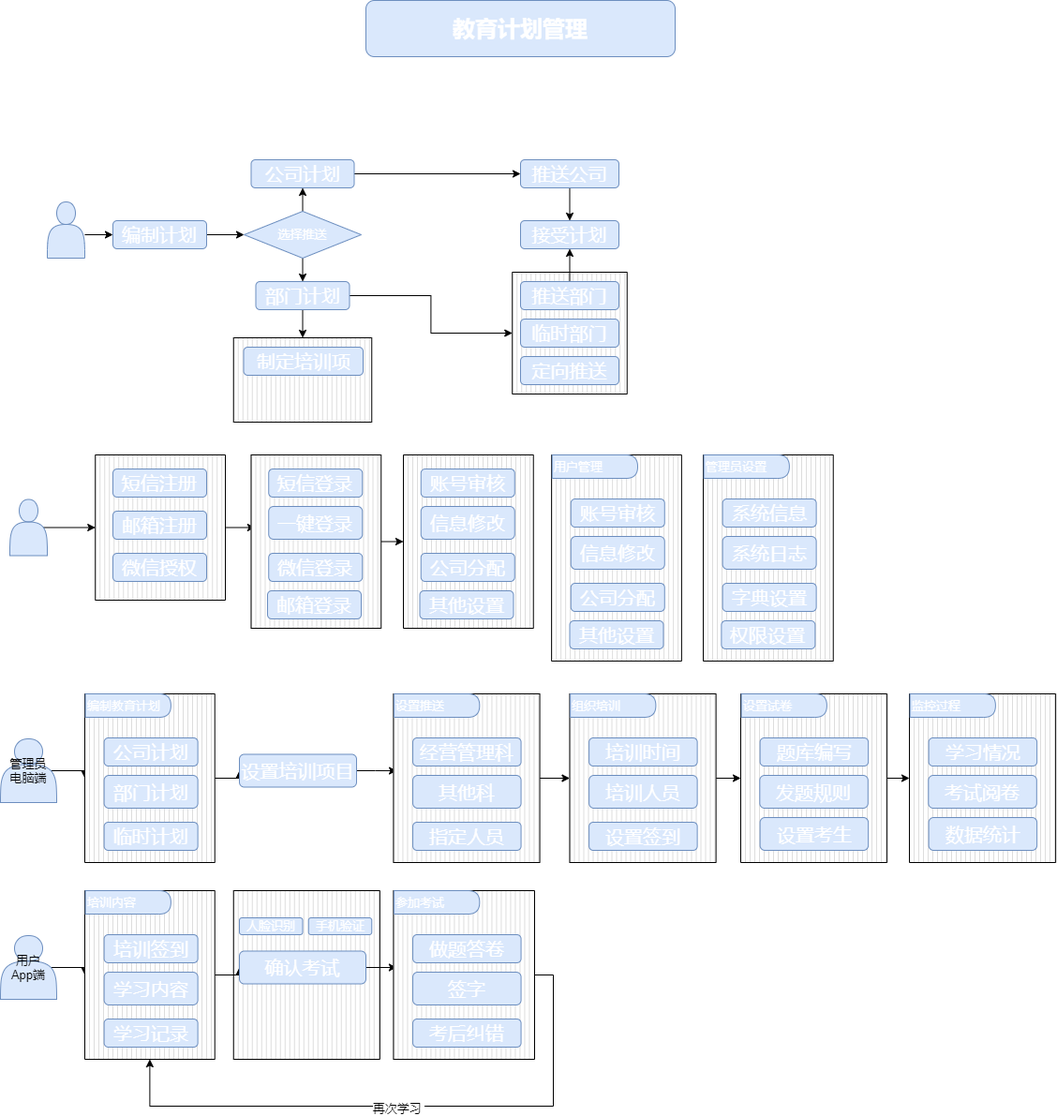
The draw.io diagram Untitled Diagram.drawio.png in lenonjone/Toolkits, before a commit. Source tidied: cells renumbered, new cells last; positions are measured from the earlier drawing's top-left corner, leaving out a move shared by most shapes.
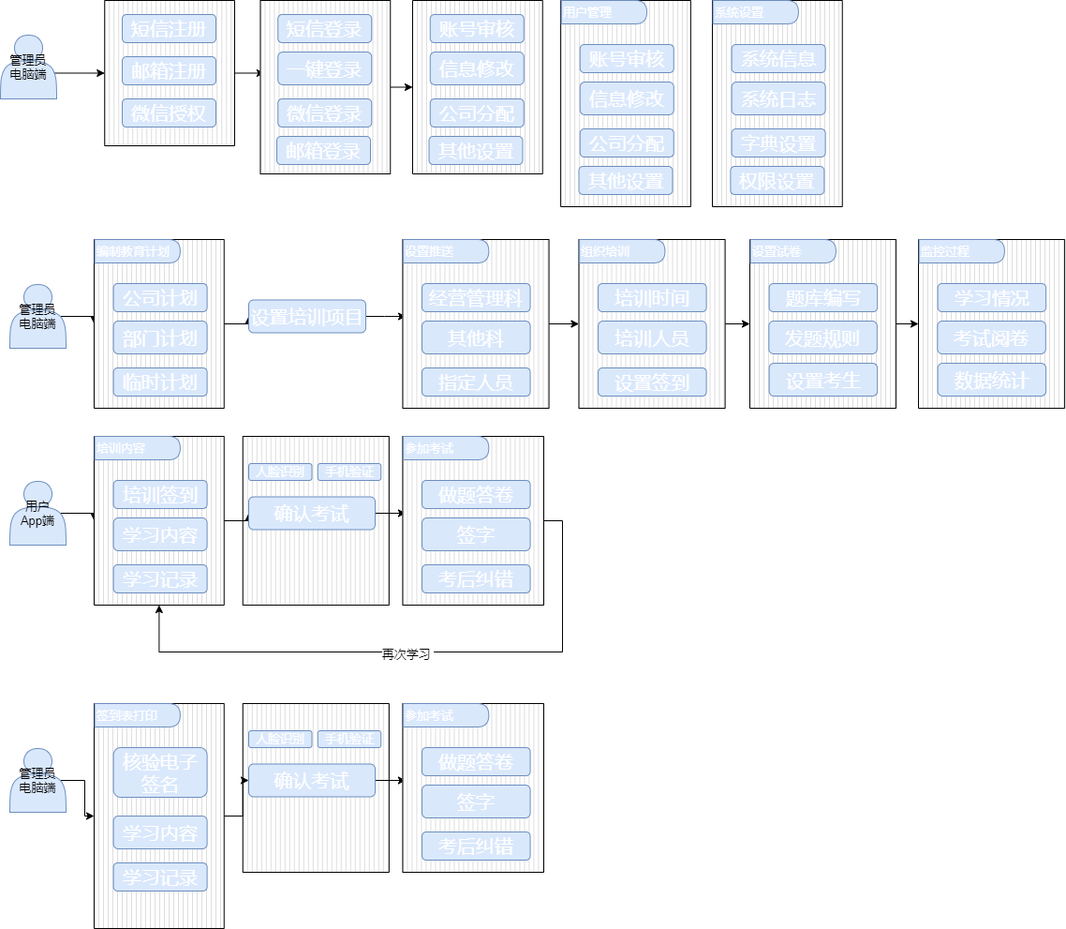
Above is the later version.

Diff of the diagram source:
```diff
@@ -11,83 +11,11 @@
     <mxCell id="4" style="verticalLabelPosition=bottom;verticalAlign=top;html=1;shape=mxgraph.basic.patternFillRect;fillStyle=vert;step=5;fillStrokeWidth=0.2;fillStrokeColor=#dddddd;fontSize=13;fontColor=#FFFFFF;" parent="1" vertex="1">
       <mxGeometry x="101.2" y="485" width="138.8" height="155" as="geometry" />
     </mxCell>
-    <mxCell id="5" style="verticalLabelPosition=bottom;verticalAlign=top;html=1;shape=mxgraph.basic.patternFillRect;fillStyle=vert;step=5;fillStrokeWidth=0.2;fillStrokeColor=#dddddd;fontSize=13;fontColor=#FFFFFF;" parent="1" vertex="1">
-      <mxGeometry x="248.8" y="360" width="147.5" height="90" as="geometry" />
-    </mxCell>
-    <mxCell id="6" style="verticalLabelPosition=bottom;verticalAlign=top;html=1;shape=mxgraph.basic.patternFillRect;fillStyle=vert;step=5;fillStrokeWidth=0.2;fillStrokeColor=#dddddd;fontSize=13;fontColor=#FFFFFF;" parent="1" vertex="1">
-      <mxGeometry x="546.2" y="290" width="122.5" height="130" as="geometry" />
-    </mxCell>
-    <mxCell id="7" value="教育计划管理" style="rounded=1;whiteSpace=wrap;html=1;fillColor=#dae8fc;strokeColor=#6c8ebf;fontColor=#FFFFFF;fontStyle=1;fontSize=24;" parent="1" vertex="1">
-      <mxGeometry x="390" width="330" height="60" as="geometry" />
-    </mxCell>
-    <mxCell id="8" style="edgeStyle=orthogonalEdgeStyle;rounded=0;jettySize=auto;html=1;fontSize=20;fontColor=#FFFFFF;" parent="1" edge="1" source="9" target="20">
-      <mxGeometry relative="1" as="geometry" />
-    </mxCell>
-    <mxCell id="9" value="编制计划" style="rounded=1;whiteSpace=wrap;html=1;fillColor=#dae8fc;strokeColor=#6c8ebf;fontColor=#FFFFFF;fontStyle=0;fontSize=20;" parent="1" vertex="1">
-      <mxGeometry x="120" y="235" width="100" height="30" as="geometry" />
-    </mxCell>
-    <mxCell id="10" style="edgeStyle=orthogonalEdgeStyle;rounded=0;jettySize=auto;html=1;exitX=1;exitY=0.5;exitDx=0;exitDy=0;fontSize=20;fontColor=#FFFFFF;" parent="1" edge="1" target="9">
-      <mxGeometry relative="1" as="geometry">
-        <mxPoint x="90" y="250" as="sourcePoint" />
-      </mxGeometry>
-    </mxCell>
-    <mxCell id="11" style="edgeStyle=orthogonalEdgeStyle;rounded=0;jettySize=auto;html=1;exitX=0.5;exitY=1;exitDx=0;exitDy=0;entryX=0.5;entryY=0;entryDx=0;entryDy=0;fontSize=20;fontColor=#FFFFFF;" parent="1" edge="1" source="12" target="23">
-      <mxGeometry relative="1" as="geometry" />
-    </mxCell>
-    <mxCell id="12" value="推送公司" style="rounded=1;whiteSpace=wrap;html=1;fillColor=#dae8fc;strokeColor=#6c8ebf;fontColor=#FFFFFF;fontStyle=0;fontSize=20;" parent="1" vertex="1">
-      <mxGeometry x="555" y="170" width="105" height="30" as="geometry" />
-    </mxCell>
-    <mxCell id="13" style="edgeStyle=orthogonalEdgeStyle;rounded=0;jettySize=auto;html=1;exitX=1;exitY=0.5;exitDx=0;exitDy=0;entryX=0;entryY=0.5;entryDx=0;entryDy=0;fontSize=20;fontColor=#FFFFFF;" parent="1" edge="1" source="14" target="12">
-      <mxGeometry relative="1" as="geometry" />
-    </mxCell>
-    <mxCell id="14" value="公司计划" style="rounded=1;whiteSpace=wrap;html=1;fillColor=#dae8fc;strokeColor=#6c8ebf;fontColor=#FFFFFF;fontStyle=0;fontSize=20;" parent="1" vertex="1">
-      <mxGeometry x="267.5" y="170" width="110" height="30" as="geometry" />
-    </mxCell>
-    <mxCell id="15" style="edgeStyle=orthogonalEdgeStyle;rounded=0;jettySize=auto;html=1;exitX=1;exitY=0.5;exitDx=0;exitDy=0;entryX=0;entryY=0.5;entryDx=0;entryDy=0;entryPerimeter=0;fontSize=13;fontColor=#FFFFFF;" parent="1" edge="1" source="17" target="6">
-      <mxGeometry relative="1" as="geometry" />
-    </mxCell>
-    <mxCell id="16" style="edgeStyle=orthogonalEdgeStyle;rounded=0;jettySize=auto;html=1;exitX=0.5;exitY=1;exitDx=0;exitDy=0;entryX=0.5;entryY=0;entryDx=0;entryDy=0;entryPerimeter=0;fontSize=13;fontColor=#FFFFFF;" parent="1" edge="1" source="17" target="5">
-      <mxGeometry relative="1" as="geometry" />
-    </mxCell>
-    <mxCell id="17" value="部门计划" style="rounded=1;whiteSpace=wrap;html=1;fillColor=#dae8fc;strokeColor=#6c8ebf;fontColor=#FFFFFF;fontStyle=0;fontSize=20;" parent="1" vertex="1">
-      <mxGeometry x="272.5" y="300" width="100" height="30" as="geometry" />
-    </mxCell>
-    <mxCell id="18" style="edgeStyle=orthogonalEdgeStyle;rounded=0;jettySize=auto;html=1;exitX=0.5;exitY=1;exitDx=0;exitDy=0;entryX=0.5;entryY=0;entryDx=0;entryDy=0;fontSize=20;fontColor=#FFFFFF;" parent="1" edge="1" source="20" target="17">
-      <mxGeometry relative="1" as="geometry" />
-    </mxCell>
-    <mxCell id="19" style="edgeStyle=orthogonalEdgeStyle;rounded=0;jettySize=auto;html=1;exitX=0.5;exitY=0;exitDx=0;exitDy=0;entryX=0.5;entryY=1;entryDx=0;entryDy=0;fontSize=20;fontColor=#FFFFFF;" parent="1" edge="1" source="20" target="14">
-      <mxGeometry relative="1" as="geometry" />
-    </mxCell>
-    <mxCell id="20" value="选择推送" style="rhombus;whiteSpace=wrap;html=1;fontSize=13;fillColor=#dae8fc;strokeColor=#6c8ebf;fontColor=#FFFFFF;" parent="1" vertex="1">
-      <mxGeometry x="260" y="225" width="125" height="50" as="geometry" />
-    </mxCell>
-    <mxCell id="21" style="edgeStyle=orthogonalEdgeStyle;rounded=0;jettySize=auto;html=1;exitX=0.5;exitY=0;exitDx=0;exitDy=0;entryX=0.5;entryY=1;entryDx=0;entryDy=0;fontSize=13;fontColor=#FFFFFF;" parent="1" edge="1" source="22" target="23">
-      <mxGeometry relative="1" as="geometry" />
-    </mxCell>
-    <mxCell id="22" value="推送部门" style="rounded=1;whiteSpace=wrap;html=1;fillColor=#dae8fc;strokeColor=#6c8ebf;fontColor=#FFFFFF;fontStyle=0;fontSize=20;" parent="1" vertex="1">
-      <mxGeometry x="555" y="300" width="105" height="30" as="geometry" />
-    </mxCell>
-    <mxCell id="23" value="接受计划" style="rounded=1;whiteSpace=wrap;html=1;fillColor=#dae8fc;strokeColor=#6c8ebf;fontColor=#FFFFFF;fontStyle=0;fontSize=20;" parent="1" vertex="1">
-      <mxGeometry x="555" y="235" width="105" height="30" as="geometry" />
-    </mxCell>
-    <mxCell id="24" value="临时部门" style="rounded=1;whiteSpace=wrap;html=1;fillColor=#dae8fc;strokeColor=#6c8ebf;fontColor=#FFFFFF;fontStyle=0;fontSize=20;" parent="1" vertex="1">
-      <mxGeometry x="555" y="340" width="105" height="30" as="geometry" />
-    </mxCell>
-    <mxCell id="25" style="shape=actor;whiteSpace=wrap;html=1;fontSize=13;fillColor=#dae8fc;strokeColor=#6c8ebf;" parent="1" vertex="1">
-      <mxGeometry x="50" y="215" width="40" height="60" as="geometry" />
-    </mxCell>
-    <mxCell id="26" value="制定培训项" style="rounded=1;whiteSpace=wrap;html=1;fillColor=#dae8fc;strokeColor=#6c8ebf;fontColor=#FFFFFF;fontStyle=0;fontSize=20;" parent="1" vertex="1">
-      <mxGeometry x="259.5" y="370" width="127.5" height="30" as="geometry" />
-    </mxCell>
-    <mxCell id="27" value="定向推送" style="rounded=1;whiteSpace=wrap;html=1;fillColor=#dae8fc;strokeColor=#6c8ebf;fontColor=#FFFFFF;fontStyle=0;fontSize=20;" parent="1" vertex="1">
-      <mxGeometry x="555" y="380" width="105" height="30" as="geometry" />
-    </mxCell>
-    <mxCell id="28" style="edgeStyle=orthogonalEdgeStyle;rounded=0;jettySize=auto;html=1;exitX=0.9;exitY=0.5;exitDx=0;exitDy=0;exitPerimeter=0;entryX=0;entryY=0.5;entryDx=0;entryDy=0;entryPerimeter=0;fontSize=13;fontColor=#FFFFFF;" parent="1" edge="1" source="29" target="4">
-      <mxGeometry relative="1" as="geometry" />
+    <mxCell id="28" style="edgeStyle=orthogonalEdgeStyle;rounded=0;jettySize=auto;html=1;exitX=0.9;exitY=0.5;exitDx=0;exitDy=0;exitPerimeter=0;entryX=0;entryY=0.5;entryDx=0;entryDy=0;entryPerimeter=0;fontSize=13;fontColor=#FFFFFF;" parent="1" edge="1" target="4">
+      <mxGeometry relative="1" as="geometry">
+        <mxPoint x="46" y="562.5" as="sourcePoint" />
+      </mxGeometry>
     </mxCell>
-    <mxCell id="29" style="shape=actor;whiteSpace=wrap;html=1;fontSize=13;fillColor=#dae8fc;strokeColor=#6c8ebf;" parent="1" vertex="1">
-      <mxGeometry x="10" y="532.5" width="40" height="60" as="geometry" />
-    </mxCell>
     <mxCell id="30" value="短信注册" style="rounded=1;whiteSpace=wrap;html=1;fillColor=#dae8fc;strokeColor=#6c8ebf;fontColor=#FFFFFF;fontStyle=0;fontSize=20;" parent="1" vertex="1">
       <mxGeometry x="120" y="500" width="100" height="30" as="geometry" />
     </mxCell>
@@ -163,7 +91,7 @@
     <mxCell id="54" value="权限设置" style="rounded=1;whiteSpace=wrap;html=1;fillColor=#dae8fc;strokeColor=#6c8ebf;fontColor=#FFFFFF;fontStyle=0;fontSize=20;" parent="1" vertex="1">
       <mxGeometry x="769.4" y="662" width="100" height="30" as="geometry" />
     </mxCell>
-    <mxCell id="55" value="管理员设置" style="shape=delay;whiteSpace=wrap;html=1;fontSize=13;align=left;fillColor=#dae8fc;strokeColor=#6c8ebf;fontColor=#FFFFFF;" parent="1" vertex="1">
+    <mxCell id="55" value="系统设置" style="shape=delay;whiteSpace=wrap;html=1;fontSize=13;align=left;fillColor=#dae8fc;strokeColor=#6c8ebf;fontColor=#FFFFFF;" parent="1" vertex="1">
       <mxGeometry x="750.6" y="485" width="91.2" height="25" as="geometry" />
     </mxCell>
     <mxCell id="56" style="edgeStyle=orthogonalEdgeStyle;rounded=0;jettySize=auto;html=1;exitX=0.9;exitY=0.5;exitDx=0;exitDy=0;exitPerimeter=0;entryX=0;entryY=0.5;entryDx=0;entryDy=0;entryPerimeter=0;fontSize=13;fontColor=#FFFFFF;" parent="1" edge="1" source="57" target="59">
@@ -328,5 +256,62 @@
     <mxCell id="107" value="人脸识别" style="rounded=1;whiteSpace=wrap;html=1;fillColor=#dae8fc;strokeColor=#6c8ebf;fontColor=#FFFFFF;fontStyle=0;fontSize=13;" parent="1" vertex="1">
       <mxGeometry x="255" y="979" width="67.5" height="18" as="geometry" />
     </mxCell>
+    <mxCell id="108" value="管理员&lt;br&gt;电脑端" style="shape=actor;whiteSpace=wrap;html=1;fontSize=13;fillColor=#dae8fc;strokeColor=#6c8ebf;" parent="1" vertex="1">
+      <mxGeometry x="-10" y="522" width="60" height="68" as="geometry" />
+    </mxCell>
+    <mxCell id="109" style="verticalLabelPosition=bottom;verticalAlign=top;html=1;shape=mxgraph.basic.patternFillRect;fillStyle=vert;step=5;fillStrokeWidth=0.2;fillStrokeColor=#dddddd;fontSize=13;fontColor=#FFFFFF;" parent="1" vertex="1">
+      <mxGeometry x="248.7" y="1235" width="156.1" height="180" as="geometry" />
+    </mxCell>
+    <mxCell id="110" style="edgeStyle=orthogonalEdgeStyle;rounded=0;jettySize=auto;html=1;exitX=0.9;exitY=0.5;exitDx=0;exitDy=0;exitPerimeter=0;entryX=0;entryY=0.5;entryDx=0;entryDy=0;entryPerimeter=0;fontSize=13;fontColor=#FFFFFF;" parent="1" edge="1" source="111" target="113">
+      <mxGeometry relative="1" as="geometry" />
+    </mxCell>
+    <mxCell id="111" value="管理员&lt;br&gt;电脑端" style="shape=actor;whiteSpace=wrap;html=1;fontSize=13;fillColor=#dae8fc;strokeColor=#6c8ebf;" parent="1" vertex="1">
+      <mxGeometry y="1283" width="60" height="68" as="geometry" />
+    </mxCell>
+    <mxCell id="112" style="edgeStyle=orthogonalEdgeStyle;rounded=0;jettySize=auto;html=1;exitX=1;exitY=0.5;exitDx=0;exitDy=0;exitPerimeter=0;entryX=0;entryY=0.5;entryDx=0;entryDy=0;fontSize=13;fontColor=#FFFFFF;" parent="1" edge="1" source="113" target="119">
+      <mxGeometry relative="1" as="geometry" />
+    </mxCell>
+    <mxCell id="113" style="verticalLabelPosition=bottom;verticalAlign=top;html=1;shape=mxgraph.basic.patternFillRect;fillStyle=vert;step=5;fillStrokeWidth=0.2;fillStrokeColor=#dddddd;fontSize=13;fontColor=#FFFFFF;" parent="1" vertex="1">
+      <mxGeometry x="90" y="1235" width="138.8" height="240" as="geometry" />
+    </mxCell>
+    <mxCell id="114" value="核验电子签名" style="rounded=1;whiteSpace=wrap;html=1;fillColor=#dae8fc;strokeColor=#6c8ebf;fontColor=#FFFFFF;fontStyle=0;fontSize=20;" parent="1" vertex="1">
+      <mxGeometry x="110.6" y="1282" width="100" height="53" as="geometry" />
+    </mxCell>
+    <mxCell id="115" value="学习内容" style="rounded=1;whiteSpace=wrap;html=1;fillColor=#dae8fc;strokeColor=#6c8ebf;fontColor=#FFFFFF;fontStyle=0;fontSize=20;" parent="1" vertex="1">
+      <mxGeometry x="110.6" y="1323" width="100" height="35" as="geometry" />
+    </mxCell>
+    <mxCell id="116" value="学习记录" style="rounded=1;whiteSpace=wrap;html=1;fillColor=#dae8fc;strokeColor=#6c8ebf;fontColor=#FFFFFF;fontStyle=0;fontSize=20;" parent="1" vertex="1">
+      <mxGeometry x="110.6" y="1373" width="100" height="30" as="geometry" />
+    </mxCell>
+    <mxCell id="117" value="签到表打印" style="shape=delay;whiteSpace=wrap;html=1;fontSize=13;align=left;fillColor=#dae8fc;strokeColor=#6c8ebf;fontColor=#FFFFFF;" parent="1" vertex="1">
+      <mxGeometry x="90.6" y="1235" width="91.2" height="25" as="geometry" />
+    </mxCell>
+    <mxCell id="118" style="edgeStyle=orthogonalEdgeStyle;rounded=0;jettySize=auto;html=1;exitX=1;exitY=0.5;exitDx=0;exitDy=0;entryX=0.023;entryY=0.456;entryDx=0;entryDy=0;entryPerimeter=0;fontSize=13;fontColor=#FFFFFF;" parent="1" edge="1" source="119" target="120">
+      <mxGeometry relative="1" as="geometry" />
+    </mxCell>
+    <mxCell id="119" value="确认考试" style="rounded=1;whiteSpace=wrap;html=1;fillColor=#dae8fc;strokeColor=#6c8ebf;fontColor=#FFFFFF;fontStyle=0;fontSize=20;" parent="1" vertex="1">
+      <mxGeometry x="255" y="1299.5" width="135" height="35" as="geometry" />
+    </mxCell>
+    <mxCell id="120" style="verticalLabelPosition=bottom;verticalAlign=top;html=1;shape=mxgraph.basic.patternFillRect;fillStyle=vert;step=5;fillStrokeWidth=0.2;fillStrokeColor=#dddddd;fontSize=13;fontColor=#FFFFFF;" parent="1" vertex="1">
+      <mxGeometry x="419.4" y="1235" width="150.6" height="180" as="geometry" />
+    </mxCell>
+    <mxCell id="121" value="做题答卷" style="rounded=1;whiteSpace=wrap;html=1;fillColor=#dae8fc;strokeColor=#6c8ebf;fontColor=#FFFFFF;fontStyle=0;fontSize=20;" parent="1" vertex="1">
+      <mxGeometry x="440.1" y="1282" width="115.5" height="30" as="geometry" />
+    </mxCell>
+    <mxCell id="122" value="签字" style="rounded=1;whiteSpace=wrap;html=1;fillColor=#dae8fc;strokeColor=#6c8ebf;fontColor=#FFFFFF;fontStyle=0;fontSize=20;" parent="1" vertex="1">
+      <mxGeometry x="440.1" y="1322" width="115.5" height="35" as="geometry" />
+    </mxCell>
+    <mxCell id="123" value="考后纠错" style="rounded=1;whiteSpace=wrap;html=1;fillColor=#dae8fc;strokeColor=#6c8ebf;fontColor=#FFFFFF;fontStyle=0;fontSize=20;" parent="1" vertex="1">
+      <mxGeometry x="440.1" y="1372" width="115.5" height="30" as="geometry" />
+    </mxCell>
+    <mxCell id="124" value="参加考试" style="shape=delay;whiteSpace=wrap;html=1;fontSize=13;align=left;fillColor=#dae8fc;strokeColor=#6c8ebf;fontColor=#FFFFFF;" parent="1" vertex="1">
+      <mxGeometry x="420.1" y="1235" width="91.2" height="25" as="geometry" />
+    </mxCell>
+    <mxCell id="125" value="手机验证" style="rounded=1;whiteSpace=wrap;html=1;fillColor=#dae8fc;strokeColor=#6c8ebf;fontColor=#FFFFFF;fontStyle=0;fontSize=13;" parent="1" vertex="1">
+      <mxGeometry x="328.7" y="1264" width="67.5" height="18" as="geometry" />
+    </mxCell>
+    <mxCell id="126" value="人脸识别" style="rounded=1;whiteSpace=wrap;html=1;fillColor=#dae8fc;strokeColor=#6c8ebf;fontColor=#FFFFFF;fontStyle=0;fontSize=13;" parent="1" vertex="1">
+      <mxGeometry x="255" y="1264" width="67.5" height="18" as="geometry" />
+    </mxCell>
   </root>
 </mxGraphModel>
```
